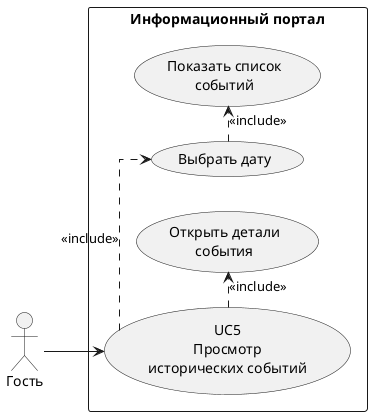
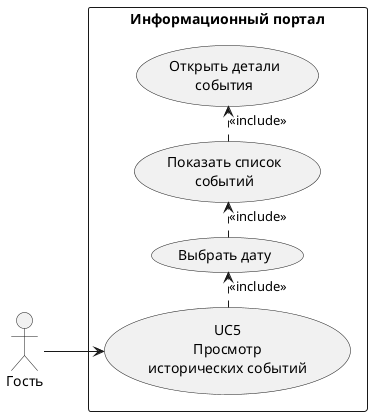
@startuml
left to right direction
skinparam packageStyle rectangle
skinparam linetype ortho
skinparam shadowing false

actor Guest as "Гость"

rectangle "Информационный портал" as System {
  usecase "UC5\nПросмотр\nисторических событий" as UC5
  usecase "Выбрать дату" as UC5A
  usecase "Показать список\nсобытий" as UC5B
  usecase "Открыть детали\nсобытия" as UC5C
}

Guest --> UC5
UC5 .> UC5A : <<include>>
UC5A .> UC5B : <<include>>
- UC5 .> UC5C : <<include>>
+ UC5B .> UC5C : <<include>>
@enduml
